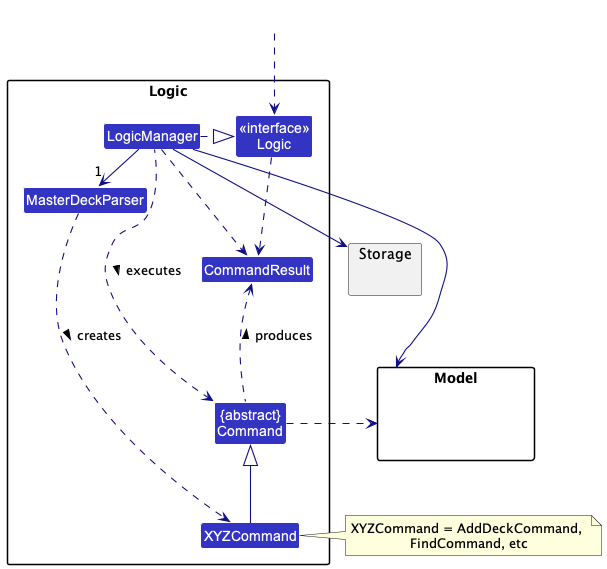
Earlier version of the PlantUML export docs/images/LogicClassDiagram.png (nus-cs2103-AY2223S2/tp).
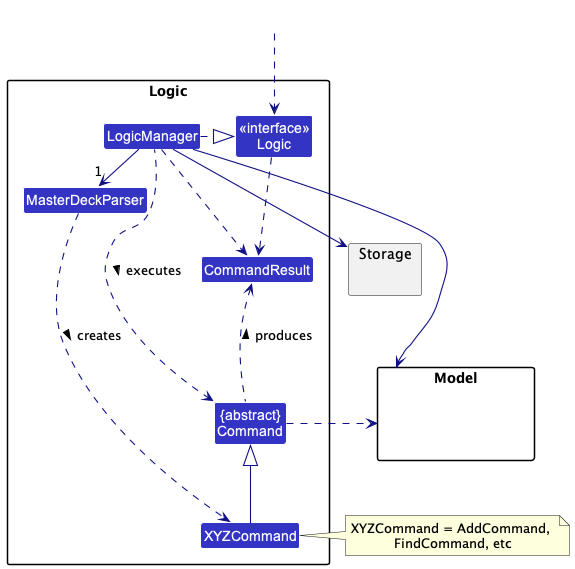
The same diagram one commit later.

Commit message:
Update storage diagram

The edit, as a diff of the source:
```diff
@@ -38,7 +38,7 @@
 Storage --[hidden] Model
 Command .[hidden]up.> Storage
 Command .right.> Model
-note right of XYZCommand: XYZCommand = AddDeckCommand, \nFindCommand, etc
+note right of XYZCommand: XYZCommand = AddCommand, \nFindCommand, etc
 
 Logic ..> CommandResult
 LogicManager .down.> CommandResult
```
